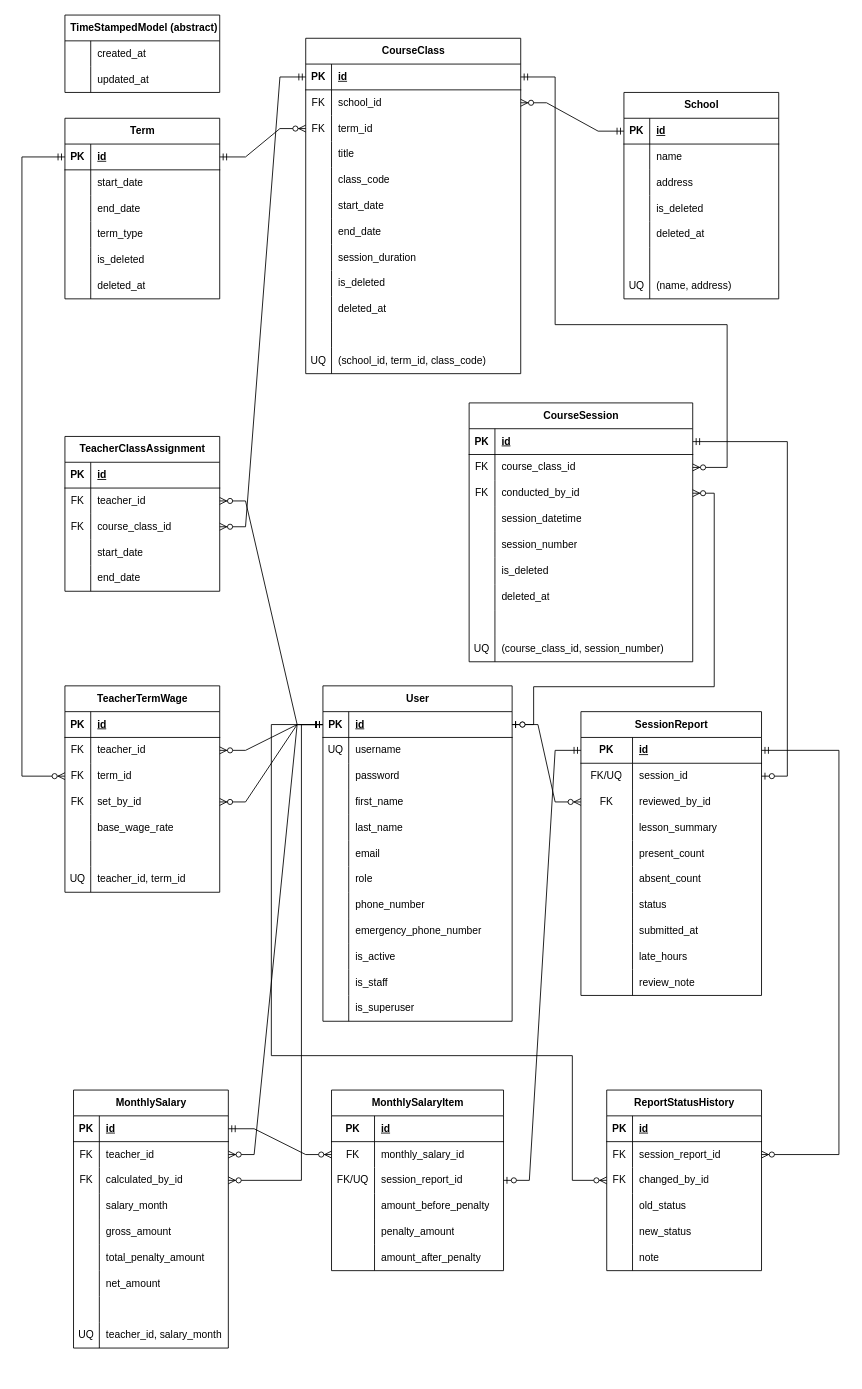
Above: docs/erd/erd.drawio in Vahidvhd/academic-operations-payroll-api (draw.io), before the change. Source tidied: cells renumbered, new cells numbered last; positions are measured from the earlier drawing's top-left corner, leaving out a move shared by most shapes. Both pictures are drawn from the tidied source at 86%, with x=0, y=0 at pixel (22, 15).
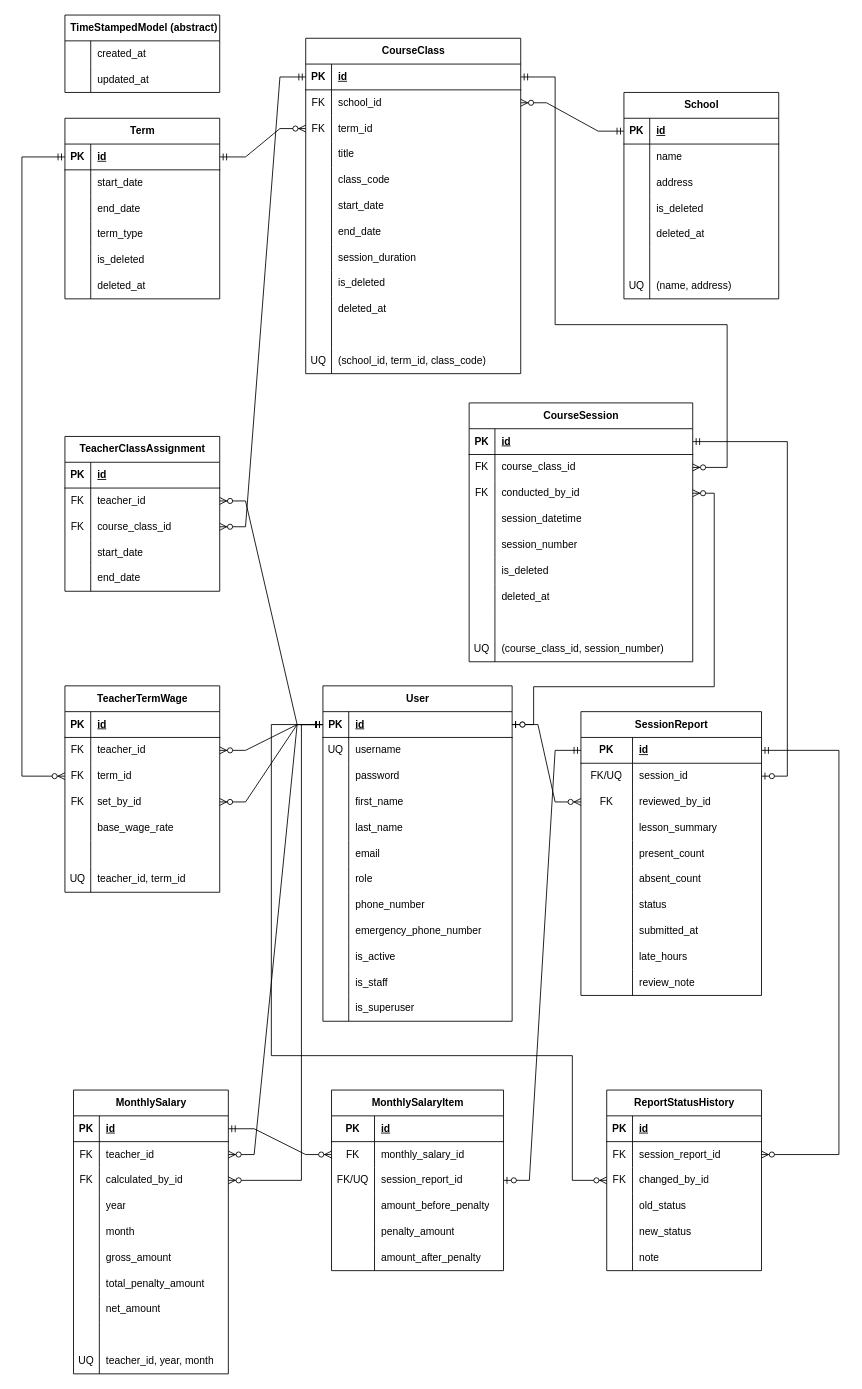
Above is the later version.

Commit message (it also covers changes not shown here):
feat: add monthly salary models

Unchanged cells that the change refers to:
```xml
<mxCell id="103" style="shape=tableRow;horizontal=0;startSize=0;swimlaneHead=0;swimlaneBody=0;fillColor=none;top=0;left=0;right=0;bottom=0;" parent="93" vertex="1">
  <mxGeometry y="120" width="180" height="30" as="geometry" />
</mxCell>
```

What changed in the source:
```diff
@@
     <mxCell id="93" value="MonthlySalary" style="shape=table;startSize=30;childLayout=tableLayout;rowLines=0;fontStyle=1;align=center;html=1;" parent="1" vertex="1">
-      <mxGeometry x="60" y="1250" width="180" height="300" as="geometry" />
+      <mxGeometry x="60" y="1250" width="180" height="330" as="geometry" />
     </mxCell>
@@
-    <mxCell id="105" value="salary_month" style="shape=partialRectangle;fillColor=none;top=0;left=0;bottom=0;right=0;align=left;spacingLeft=6;overflow=hidden;whiteSpace=wrap;html=1;" parent="103" vertex="1">
+    <mxCell id="105" value="year" style="shape=partialRectangle;fillColor=none;top=0;left=0;bottom=0;right=0;align=left;spacingLeft=6;overflow=hidden;whiteSpace=wrap;html=1;" parent="103" vertex="1">
       <mxGeometry x="30" width="150" height="30" as="geometry" />
     </mxCell>
+    <mxCell id="304" style="shape=tableRow;horizontal=0;startSize=0;swimlaneHead=0;swimlaneBody=0;fillColor=none;top=0;left=0;right=0;bottom=0;" parent="93" vertex="1">
+      <mxGeometry y="150" width="180" height="30" as="geometry" />
+    </mxCell>
+    <mxCell id="305" style="shape=partialRectangle;fillColor=none;top=0;left=0;bottom=0;right=0;overflow=hidden;whiteSpace=wrap;html=1;" parent="304" vertex="1">
+      <mxGeometry width="30" height="30" as="geometry" />
+    </mxCell>
+    <mxCell id="306" value="month" style="shape=partialRectangle;fillColor=none;top=0;left=0;bottom=0;right=0;align=left;spacingLeft=6;overflow=hidden;whiteSpace=wrap;html=1;" parent="304" vertex="1">
+      <mxGeometry x="30" width="150" height="30" as="geometry" />
+    </mxCell>
     <mxCell id="106" style="shape=tableRow;horizontal=0;startSize=0;swimlaneHead=0;swimlaneBody=0;fillColor=none;top=0;left=0;right=0;bottom=0;" parent="93" vertex="1">
-      <mxGeometry y="150" width="180" height="30" as="geometry" />
+      <mxGeometry y="180" width="180" height="30" as="geometry" />
     </mxCell>
@@
     <mxCell id="109" style="shape=tableRow;horizontal=0;startSize=0;swimlaneHead=0;swimlaneBody=0;fillColor=none;top=0;left=0;right=0;bottom=0;" parent="93" vertex="1">
-      <mxGeometry y="180" width="180" height="30" as="geometry" />
+      <mxGeometry y="210" width="180" height="30" as="geometry" />
     </mxCell>
@@
     <mxCell id="112" style="shape=tableRow;horizontal=0;startSize=0;swimlaneHead=0;swimlaneBody=0;fillColor=none;top=0;left=0;right=0;bottom=0;" parent="93" vertex="1">
-      <mxGeometry y="210" width="180" height="30" as="geometry" />
+      <mxGeometry y="240" width="180" height="30" as="geometry" />
     </mxCell>
@@
     <mxCell id="115" style="shape=tableRow;horizontal=0;startSize=0;swimlaneHead=0;swimlaneBody=0;fillColor=none;top=0;left=0;right=0;bottom=0;" parent="93" vertex="1">
-      <mxGeometry y="240" width="180" height="30" as="geometry" />
+      <mxGeometry y="270" width="180" height="30" as="geometry" />
     </mxCell>
@@
     <mxCell id="118" style="shape=tableRow;horizontal=0;startSize=0;swimlaneHead=0;swimlaneBody=0;fillColor=none;top=0;left=0;right=0;bottom=0;" parent="93" vertex="1">
-      <mxGeometry y="270" width="180" height="30" as="geometry" />
+      <mxGeometry y="300" width="180" height="30" as="geometry" />
     </mxCell>
@@
-    <mxCell id="120" value="teacher_id, salary_month" style="shape=partialRectangle;fillColor=none;top=0;left=0;bottom=0;right=0;align=left;spacingLeft=6;overflow=hidden;whiteSpace=wrap;html=1;" parent="118" vertex="1">
+    <mxCell id="120" value="teacher_id, year, month" style="shape=partialRectangle;fillColor=none;top=0;left=0;bottom=0;right=0;align=left;spacingLeft=6;overflow=hidden;whiteSpace=wrap;html=1;" parent="118" vertex="1">
       <mxGeometry x="30" width="150" height="30" as="geometry" />
     </mxCell>
```
